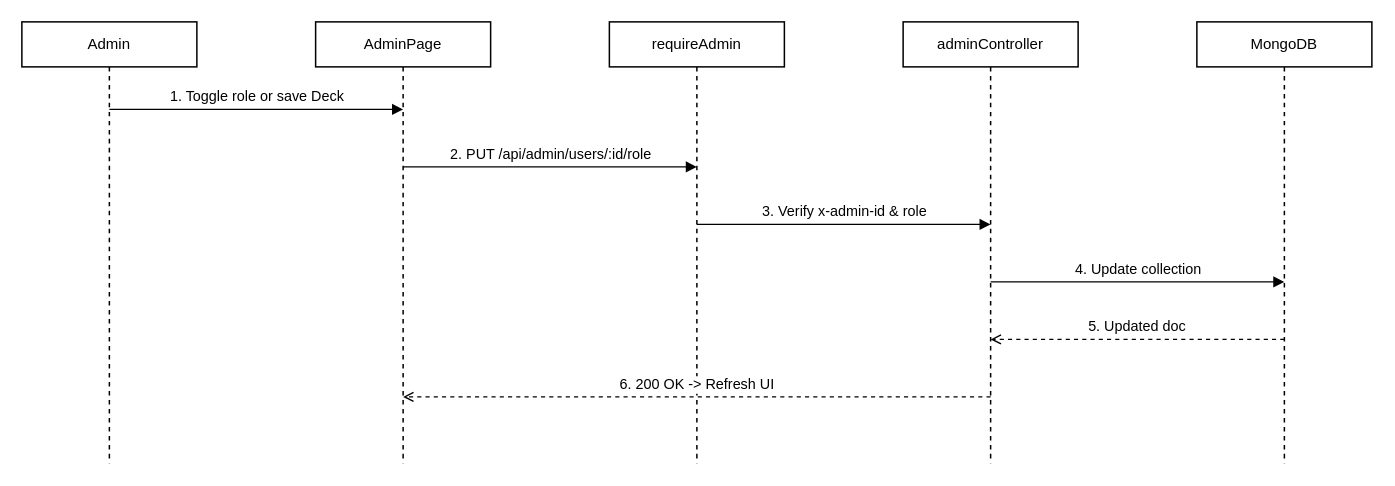
Above: page "3.4.3 Sequence - Admin User Role & Account Management" (3 of 3) of Tai lieu/Draw.io/SDS_3_4_Admin_Module.drawio in minhthanh1806/PROJECT_SDN (draw.io), before the change. Source tidied: cells renumbered, new cells numbered last; positions are measured from the earlier drawing's top-left corner, leaving out a move shared by most shapes. Both pictures are drawn from the tidied source at 125%, with x=0, y=0 at pixel (21, 21).
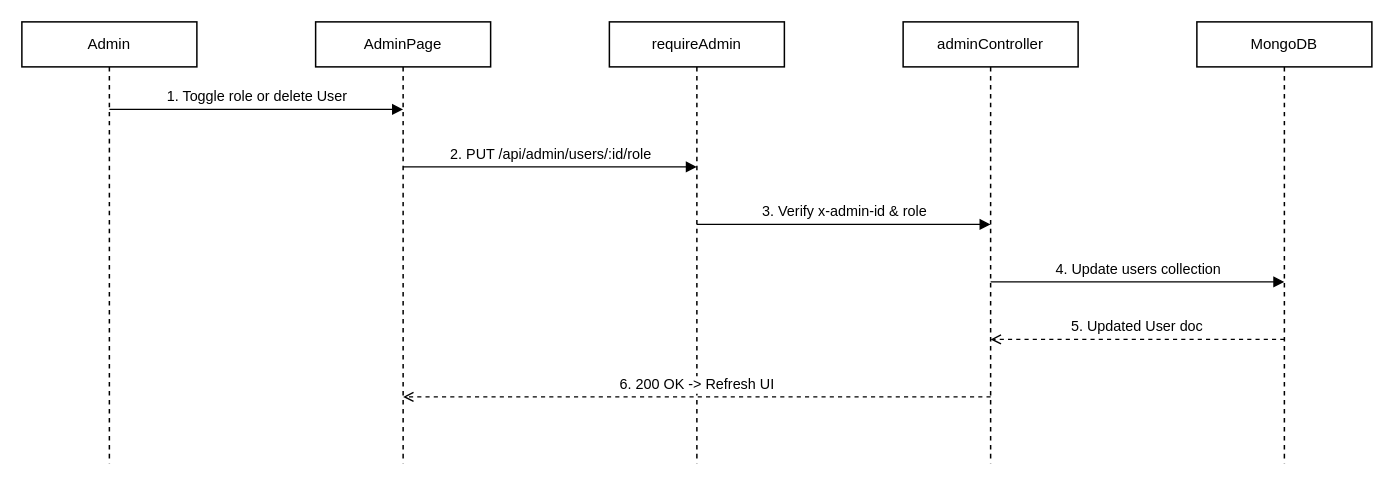
The same page after the edit.

Change to the diagram source:
```diff
@@
 <mxGraphModel>
   <root>
     <mxCell id="0" />
     <mxCell id="1" parent="0" />
     <mxCell id="2" value="Admin" style="shape=umlLifeline;perimeter=lifelinePerimeter;whiteSpace=wrap;html=1;fillColor=#ffffff;strokeColor=#000000;fontColor=#000000;fontSize=12;size=36;strokeWidth=1.2;" parent="1" vertex="1">
       <mxGeometry width="140" height="353" as="geometry" />
     </mxCell>
     <mxCell id="3" value="AdminPage" style="shape=umlLifeline;perimeter=lifelinePerimeter;whiteSpace=wrap;html=1;fillColor=#ffffff;strokeColor=#000000;fontColor=#000000;fontSize=12;size=36;strokeWidth=1.2;" parent="1" vertex="1">
       <mxGeometry x="235" width="140" height="353" as="geometry" />
     </mxCell>
     <mxCell id="4" value="requireAdmin" style="shape=umlLifeline;perimeter=lifelinePerimeter;whiteSpace=wrap;html=1;fillColor=#ffffff;strokeColor=#000000;fontColor=#000000;fontSize=12;size=36;strokeWidth=1.2;" parent="1" vertex="1">
       <mxGeometry x="470" width="140" height="353" as="geometry" />
     </mxCell>
     <mxCell id="5" value="adminController" style="shape=umlLifeline;perimeter=lifelinePerimeter;whiteSpace=wrap;html=1;fillColor=#ffffff;strokeColor=#000000;fontColor=#000000;fontSize=12;size=36;strokeWidth=1.2;" parent="1" vertex="1">
       <mxGeometry x="705" width="140" height="353" as="geometry" />
     </mxCell>
     <mxCell id="6" value="MongoDB" style="shape=umlLifeline;perimeter=lifelinePerimeter;whiteSpace=wrap;html=1;fillColor=#ffffff;strokeColor=#000000;fontColor=#000000;fontSize=12;size=36;strokeWidth=1.2;" parent="1" vertex="1">
       <mxGeometry x="940" width="140" height="353" as="geometry" />
     </mxCell>
-    <mxCell id="7" value="1. Toggle role or save Deck" style="html=1;verticalAlign=bottom;endArrow=block;endFill=1;rounded=0;strokeColor=#000000;fontColor=#000000;fontSize=11.5;labelBackgroundColor=#ffffff;strokeWidth=1.1;" parent="1" edge="1">
+    <mxCell id="7" value="1. Toggle role or delete User" style="html=1;verticalAlign=bottom;endArrow=block;endFill=1;rounded=0;strokeColor=#000000;fontColor=#000000;fontSize=11.5;labelBackgroundColor=#ffffff;strokeWidth=1.1;" parent="1" edge="1">
       <mxGeometry relative="1" as="geometry">
         <mxPoint x="70" y="70" as="sourcePoint" />
         <mxPoint x="305" y="70" as="targetPoint" />
       </mxGeometry>
     </mxCell>
     <mxCell id="8" value="2. PUT /api/admin/users/:id/role" style="html=1;verticalAlign=bottom;endArrow=block;endFill=1;rounded=0;strokeColor=#000000;fontColor=#000000;fontSize=11.5;labelBackgroundColor=#ffffff;strokeWidth=1.1;" parent="1" edge="1">
       <mxGeometry relative="1" as="geometry">
         <mxPoint x="305" y="116" as="sourcePoint" />
         <mxPoint x="540" y="116" as="targetPoint" />
       </mxGeometry>
     </mxCell>
     <mxCell id="9" value="3. Verify x-admin-id &amp; role" style="html=1;verticalAlign=bottom;endArrow=block;endFill=1;rounded=0;strokeColor=#000000;fontColor=#000000;fontSize=11.5;labelBackgroundColor=#ffffff;strokeWidth=1.1;" parent="1" edge="1">
       <mxGeometry relative="1" as="geometry">
         <mxPoint x="540" y="162" as="sourcePoint" />
         <mxPoint x="775" y="162" as="targetPoint" />
       </mxGeometry>
     </mxCell>
-    <mxCell id="10" value="4. Update collection" style="html=1;verticalAlign=bottom;endArrow=block;endFill=1;rounded=0;strokeColor=#000000;fontColor=#000000;fontSize=11.5;labelBackgroundColor=#ffffff;strokeWidth=1.1;" parent="1" edge="1">
+    <mxCell id="10" value="4. Update users collection" style="html=1;verticalAlign=bottom;endArrow=block;endFill=1;rounded=0;strokeColor=#000000;fontColor=#000000;fontSize=11.5;labelBackgroundColor=#ffffff;strokeWidth=1.1;" parent="1" edge="1">
       <mxGeometry relative="1" as="geometry">
         <mxPoint x="775" y="208" as="sourcePoint" />
         <mxPoint x="1010" y="208" as="targetPoint" />
       </mxGeometry>
     </mxCell>
-    <mxCell id="11" value="5. Updated doc" style="html=1;verticalAlign=bottom;dashed=1;endArrow=open;endFill=0;rounded=0;strokeColor=#000000;fontColor=#000000;fontSize=11.5;labelBackgroundColor=#ffffff;strokeWidth=1.1;" parent="1" edge="1">
+    <mxCell id="11" value="5. Updated User doc" style="html=1;verticalAlign=bottom;dashed=1;endArrow=open;endFill=0;rounded=0;strokeColor=#000000;fontColor=#000000;fontSize=11.5;labelBackgroundColor=#ffffff;strokeWidth=1.1;" parent="1" edge="1">
       <mxGeometry relative="1" as="geometry">
         <mxPoint x="1010" y="254" as="sourcePoint" />
         <mxPoint x="775" y="254" as="targetPoint" />
       </mxGeometry>
     </mxCell>
     <mxCell id="12" value="6. 200 OK -&gt; Refresh UI" style="html=1;verticalAlign=bottom;dashed=1;endArrow=open;endFill=0;rounded=0;strokeColor=#000000;fontColor=#000000;fontSize=11.5;labelBackgroundColor=#ffffff;strokeWidth=1.1;" parent="1" edge="1">
       <mxGeometry relative="1" as="geometry">
         <mxPoint x="775" y="300" as="sourcePoint" />
         <mxPoint x="305" y="300" as="targetPoint" />
       </mxGeometry>
     </mxCell>
   </root>
 </mxGraphModel>
```
